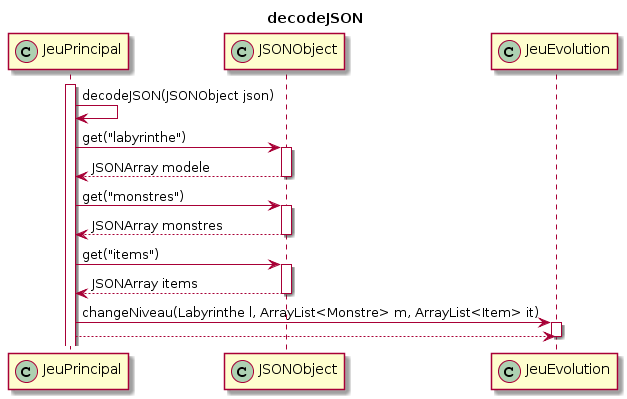
Above: documents/version_06/diagramme_sequence/DecodeJSON.png in LoickNosal/2019_COO_Zeldiablo_Nosal9u_Demang146u_Sousa12u_Gsell5u (PlantUML), before the change.
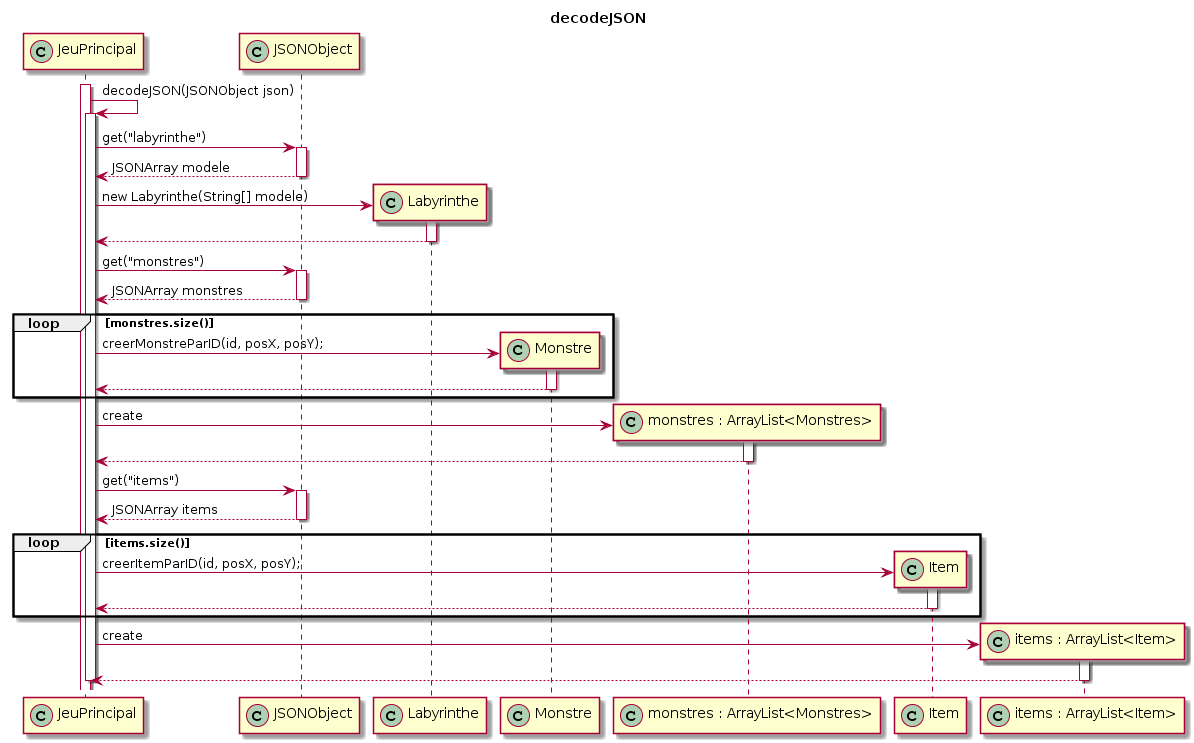
The same diagram one commit later.

Commit message:
update diagramme sequence decodeJSON

Change to the diagram source:
```diff
@@ -2,29 +2,67 @@
 title decodeJSON
 participant JeuPrincipal << (C,#ADD1B2) >>
 participant JSONObject << (C,#ADD1B2) >>
-participant JeuEvolution << (C,#ADD1B2) >>
-
+participant Labyrinthe << (C,#ADD1B2) >>
+participant Monstre << (C,#ADD1B2) >>
+participant "monstres : ArrayList<Monstres>" as monstres << (C,#ADD1B2) >>
+participant Item << (C,#ADD1B2) >>
+participant "items : ArrayList<Item>" as items << (C,#ADD1B2) >>
 
 activate JeuPrincipal
 JeuPrincipal -> JeuPrincipal : decodeJSON(JSONObject json)
+activate JeuPrincipal
 
 JeuPrincipal -> JSONObject : get("labyrinthe")
 activate JSONObject
 JSONObject --> JeuPrincipal : JSONArray modele
 deactivate JSONObject
 
+create Labyrinthe
+JeuPrincipal -> Labyrinthe : new Labyrinthe(String[] modele)
+activate Labyrinthe
+JeuPrincipal <-- Labyrinthe
+deactivate Labyrinthe
+
+
 JeuPrincipal -> JSONObject : get("monstres")
 activate JSONObject
 JSONObject --> JeuPrincipal : JSONArray monstres
 deactivate JSONObject
+
+loop monstres.size()
+create Monstre
+JeuPrincipal -> Monstre : creerMonstreParID(id, posX, posY);
+activate Monstre
+JeuPrincipal <-- Monstre
+deactivate Monstre
+end
+
+create monstres
+JeuPrincipal -> monstres : create
+activate monstres
+JeuPrincipal <-- monstres
+deactivate monstres
+
 
 JeuPrincipal -> JSONObject : get("items")
 activate JSONObject
 JSONObject --> JeuPrincipal : JSONArray items
 deactivate JSONObject
 
-JeuPrincipal -> JeuEvolution : changeNiveau(Labyrinthe l, ArrayList<Monstre> m, ArrayList<Item> it)
-activate JeuEvolution
-JeuEvolution <-- JeuPrincipal :
-deactivate JeuEvolution
+loop items.size()
+create Item
+JeuPrincipal -> Item : creerItemParID(id, posX, posY);
+activate Item
+JeuPrincipal <-- Item
+deactivate Item
+end
+
+create items
+JeuPrincipal -> items : create
+activate items
+JeuPrincipal <-- items
+deactivate items
+
+
+deactivate JeuPrincipal
 @enduml
```
